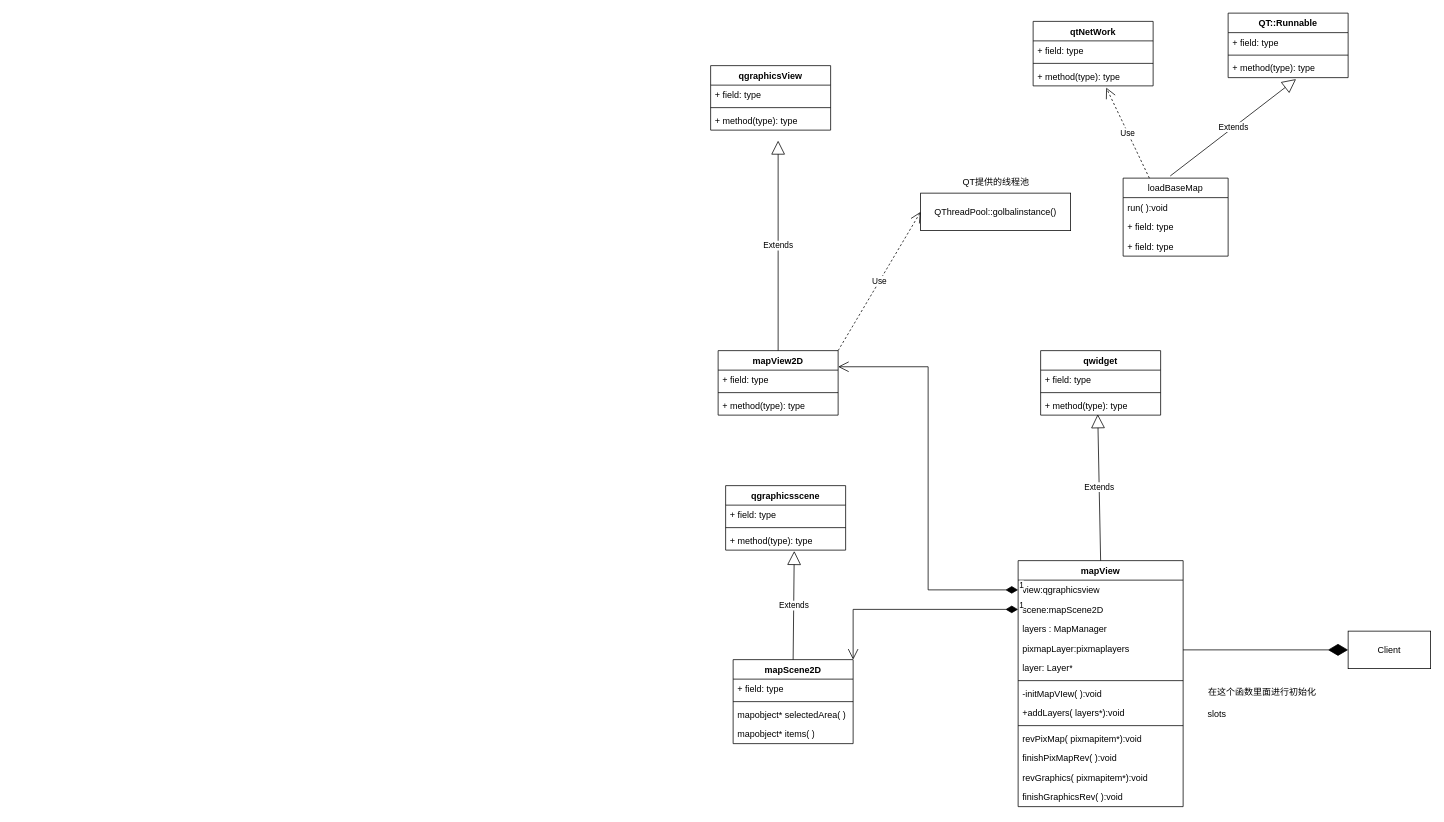
Before: readme/mapViewer.drawio in leanderlxl/QArcgis, a draw.io diagram. Source tidied: cells renumbered, new cells numbered last; positions are measured from the earlier drawing's top-left corner, leaving out a move shared by most shapes. Both pictures are drawn from the tidied source at 75%, with x=0, y=0 at pixel (710, 13).
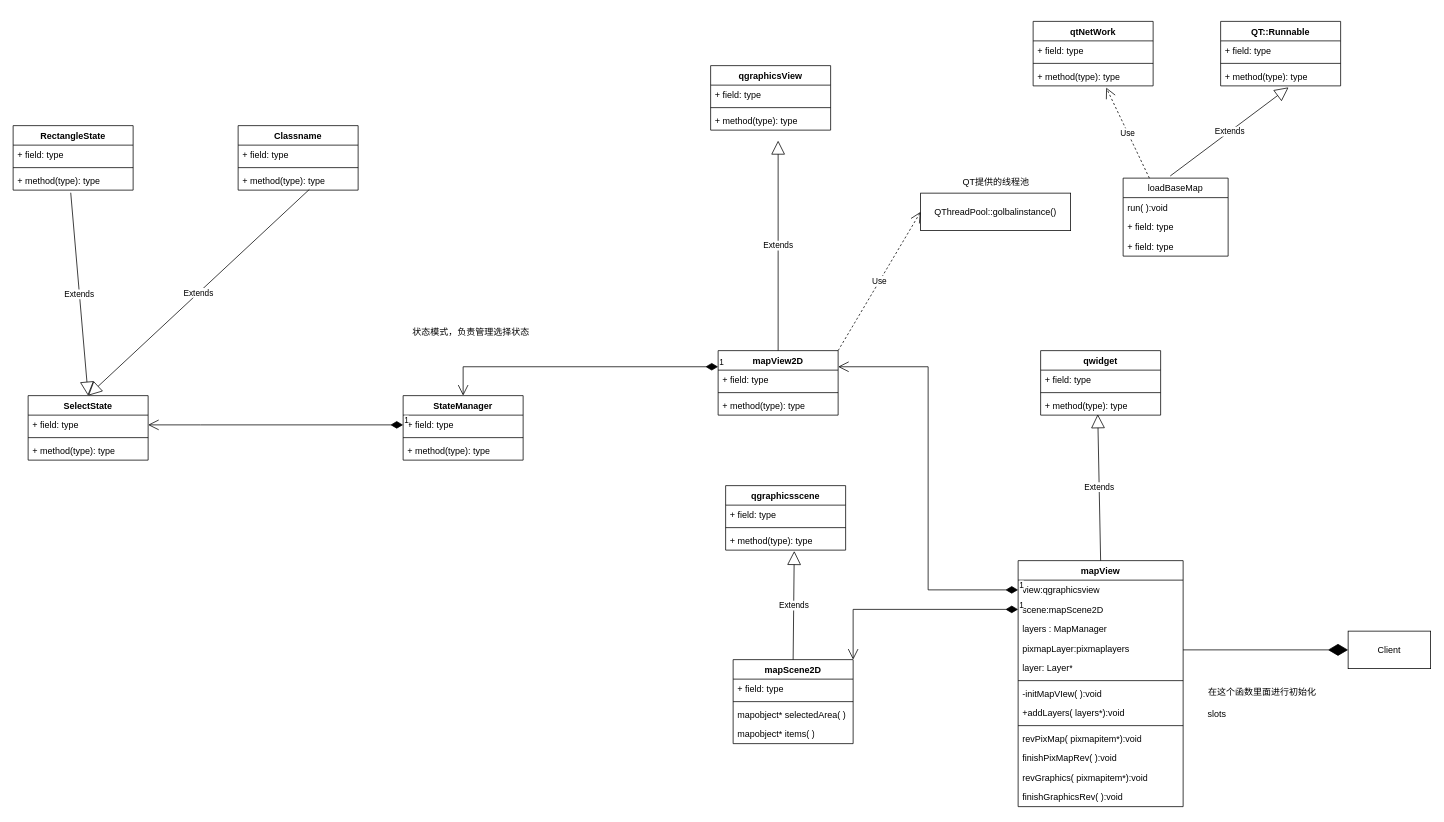
The same page after the edit.

The change refers to these unchanged cells:
```xml
<mxCell id="50" value="mapView2D" style="swimlane;fontStyle=1;align=center;verticalAlign=top;horizontal=1;startSize=26;whiteSpace=wrap;html=1;" parent="1" vertex="1">
  <mxGeometry x="10" y="450" width="160" height="86" as="geometry" />
</mxCell>
```

What changed in the source:
```diff
@@
     <mxCell id="36" value="QT::Runnable" style="swimlane;fontStyle=1;align=center;verticalAlign=top;horizontal=1;startSize=26;whiteSpace=wrap;html=1;" parent="1" vertex="1">
-      <mxGeometry x="690" width="160" height="86" as="geometry" />
+      <mxGeometry x="680" y="11" width="160" height="86" as="geometry" />
     </mxCell>
@@
+    <mxCell id="63" value="SelectState" style="swimlane;fontStyle=1;align=center;verticalAlign=top;horizontal=1;startSize=26;whiteSpace=wrap;html=1;" parent="1" vertex="1">
+      <mxGeometry x="-910" y="510" width="160" height="86" as="geometry" />
+    </mxCell>
+    <mxCell id="64" value="+ field: type" style="text;strokeColor=none;fillColor=none;align=left;verticalAlign=top;spacingLeft=4;spacingRight=4;overflow=hidden;points=[[0,0.5],[1,0.5]];portConstraint=eastwest;whiteSpace=wrap;html=1;" parent="63" vertex="1">
+      <mxGeometry y="26" width="160" height="26" as="geometry" />
+    </mxCell>
+    <mxCell id="65" style="line;strokeWidth=1;fillColor=none;align=left;verticalAlign=middle;spacingTop=-1;spacingLeft=3;spacingRight=3;labelPosition=right;strokeColor=inherit;" parent="63" vertex="1">
+      <mxGeometry y="52" width="160" height="8" as="geometry" />
+    </mxCell>
+    <mxCell id="66" value="+ method(type): type" style="text;strokeColor=none;fillColor=none;align=left;verticalAlign=top;spacingLeft=4;spacingRight=4;overflow=hidden;whiteSpace=wrap;html=1;" parent="63" vertex="1">
+      <mxGeometry y="60" width="160" height="26" as="geometry" />
+    </mxCell>
+    <mxCell id="67" value="RectangleState" style="swimlane;fontStyle=1;align=center;verticalAlign=top;horizontal=1;startSize=26;whiteSpace=wrap;html=1;" parent="1" vertex="1">
+      <mxGeometry x="-930" y="150" width="160" height="86" as="geometry" />
+    </mxCell>
+    <mxCell id="68" value="+ field: type" style="text;strokeColor=none;fillColor=none;align=left;verticalAlign=top;spacingLeft=4;spacingRight=4;overflow=hidden;whiteSpace=wrap;html=1;" parent="67" vertex="1">
+      <mxGeometry y="26" width="160" height="26" as="geometry" />
+    </mxCell>
+    <mxCell id="69" style="line;strokeWidth=1;fillColor=none;align=left;verticalAlign=middle;spacingTop=-1;spacingLeft=3;spacingRight=3;labelPosition=right;strokeColor=inherit;" parent="67" vertex="1">
+      <mxGeometry y="52" width="160" height="8" as="geometry" />
+    </mxCell>
+    <mxCell id="70" value="+ method(type): type" style="text;strokeColor=none;fillColor=none;align=left;verticalAlign=top;spacingLeft=4;spacingRight=4;overflow=hidden;points=[[0,0.5],[1,0.5]];portConstraint=eastwest;whiteSpace=wrap;html=1;" parent="67" vertex="1">
+      <mxGeometry y="60" width="160" height="26" as="geometry" />
+    </mxCell>
+    <mxCell id="71" value="Classname" style="swimlane;fontStyle=1;align=center;verticalAlign=top;horizontal=1;startSize=26;whiteSpace=wrap;html=1;" parent="1" vertex="1">
+      <mxGeometry x="-630" y="150" width="160" height="86" as="geometry" />
+    </mxCell>
+    <mxCell id="72" value="+ field: type" style="text;strokeColor=none;fillColor=none;align=left;verticalAlign=top;spacingLeft=4;spacingRight=4;overflow=hidden;whiteSpace=wrap;html=1;" parent="71" vertex="1">
+      <mxGeometry y="26" width="160" height="26" as="geometry" />
+    </mxCell>
+    <mxCell id="73" style="line;strokeWidth=1;fillColor=none;align=left;verticalAlign=middle;spacingTop=-1;spacingLeft=3;spacingRight=3;labelPosition=right;strokeColor=inherit;" parent="71" vertex="1">
+      <mxGeometry y="52" width="160" height="8" as="geometry" />
+    </mxCell>
+    <mxCell id="74" value="+ method(type): type" style="text;strokeColor=none;fillColor=none;align=left;verticalAlign=top;spacingLeft=4;spacingRight=4;overflow=hidden;points=[[0,0.5],[1,0.5]];portConstraint=eastwest;whiteSpace=wrap;html=1;" parent="71" vertex="1">
+      <mxGeometry y="60" width="160" height="26" as="geometry" />
+    </mxCell>
+    <mxCell id="75" value="Extends" style="endArrow=block;endSize=16;endFill=0;html=1;rounded=0;entryX=0.5;entryY=0;entryDx=0;entryDy=0;exitX=0.48;exitY=1.133;exitDx=0;exitDy=0;exitPerimeter=0;" parent="1" edge="1" source="70" target="63">
+      <mxGeometry relative="1" as="geometry" />
+    </mxCell>
+    <mxCell id="76" value="Extends" style="endArrow=block;endSize=16;endFill=0;html=1;rounded=0;entryX=0.5;entryY=0;entryDx=0;entryDy=0;exitX=0.594;exitY=0.962;exitDx=0;exitDy=0;exitPerimeter=0;" parent="1" edge="1" source="74" target="63">
+      <mxGeometry relative="1" as="geometry" />
+    </mxCell>
+    <mxCell id="77" value="StateManager" style="swimlane;fontStyle=1;align=center;verticalAlign=top;horizontal=1;startSize=26;whiteSpace=wrap;html=1;" parent="1" vertex="1">
+      <mxGeometry x="-410" y="510" width="160" height="86" as="geometry" />
+    </mxCell>
+    <mxCell id="78" value="+ field: type" style="text;strokeColor=none;fillColor=none;align=left;verticalAlign=top;spacingLeft=4;spacingRight=4;overflow=hidden;points=[[0,0.5],[1,0.5]];portConstraint=eastwest;whiteSpace=wrap;html=1;" parent="77" vertex="1">
+      <mxGeometry y="26" width="160" height="26" as="geometry" />
+    </mxCell>
+    <mxCell id="79" style="line;strokeWidth=1;fillColor=none;align=left;verticalAlign=middle;spacingTop=-1;spacingLeft=3;spacingRight=3;labelPosition=right;strokeColor=inherit;" parent="77" vertex="1">
+      <mxGeometry y="52" width="160" height="8" as="geometry" />
+    </mxCell>
+    <mxCell id="80" value="+ method(type): type" style="text;strokeColor=none;fillColor=none;align=left;verticalAlign=top;spacingLeft=4;spacingRight=4;overflow=hidden;whiteSpace=wrap;html=1;" parent="77" vertex="1">
+      <mxGeometry y="60" width="160" height="26" as="geometry" />
+    </mxCell>
+    <mxCell id="81" value="1" style="endArrow=open;html=1;endSize=12;startArrow=diamondThin;startSize=14;startFill=1;edgeStyle=orthogonalEdgeStyle;align=left;verticalAlign=bottom;rounded=0;entryX=1;entryY=0.5;entryDx=0;entryDy=0;exitX=0;exitY=0.5;exitDx=0;exitDy=0;" parent="1" edge="1" source="78" target="64">
+      <mxGeometry x="-1" y="3" relative="1" as="geometry">
+        <Array as="points">
+          <mxPoint x="-680" y="549" />
+        </Array>
+      </mxGeometry>
+    </mxCell>
+    <mxCell id="82" value="1" style="endArrow=open;html=1;endSize=12;startArrow=diamondThin;startSize=14;startFill=1;edgeStyle=orthogonalEdgeStyle;align=left;verticalAlign=bottom;rounded=0;entryX=0.5;entryY=0;entryDx=0;entryDy=0;exitX=0;exitY=0.25;exitDx=0;exitDy=0;" parent="1" edge="1" source="50" target="77">
+      <mxGeometry x="-1" y="3" relative="1" as="geometry" />
+    </mxCell>
+    <mxCell id="83" value="状态模式，负责管理选择状态" style="text;html=1;align=center;verticalAlign=middle;strokeColor=none;fillColor=none;" parent="1" vertex="1">
+      <mxGeometry x="-410" y="410" width="180" height="30" as="geometry" />
+    </mxCell>
```
